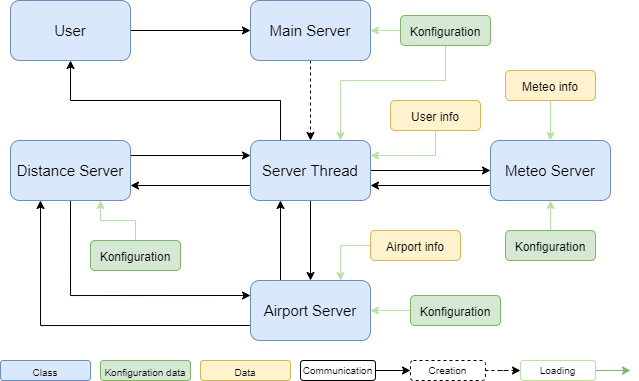
Before: AdaptableThreaded Server System.png, a diagram exported from draw.io (TheRealHuzy/Adaptable-threaded-server-system). Source tidied: cells renumbered, new cells last; positions are measured from the earlier drawing's top-left corner, leaving out a move shared by most shapes.
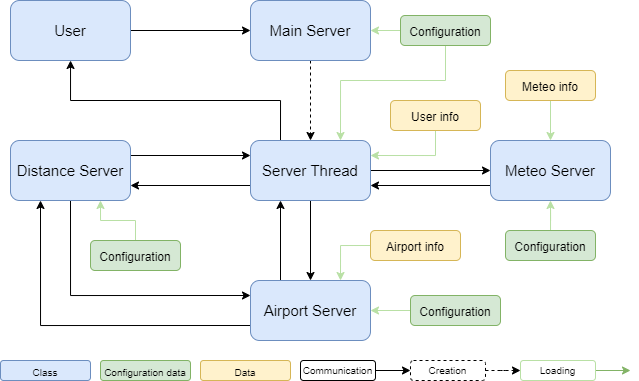
After the change.

What changed in the source:
```diff
@@ -64,25 +64,25 @@
         </Array>
       </mxGeometry>
     </mxCell>
-    <mxCell id="21" value="&lt;font style=&quot;font-size: 12px;&quot;&gt;Konfiguration&lt;br&gt;&lt;/font&gt;" style="rounded=1;whiteSpace=wrap;html=1;fontSize=15;fillColor=#d5e8d4;strokeColor=#82b366;" parent="1" vertex="1">
+    <mxCell id="21" value="&lt;font style=&quot;font-size: 12px;&quot;&gt;Configuration&lt;br&gt;&lt;/font&gt;" style="rounded=1;whiteSpace=wrap;html=1;fontSize=15;fillColor=#d5e8d4;strokeColor=#82b366;" parent="1" vertex="1">
       <mxGeometry x="400" y="15" width="90" height="30" as="geometry" />
     </mxCell>
     <mxCell id="22" style="edgeStyle=orthogonalEdgeStyle;rounded=0;jettySize=auto;html=1;entryX=1;entryY=0.5;entryDx=0;entryDy=0;fontSize=12;strokeColor=#B9E0A5;" parent="1" edge="1" source="23" target="18">
       <mxGeometry relative="1" as="geometry" />
     </mxCell>
-    <mxCell id="23" value="&lt;font style=&quot;font-size: 12px;&quot;&gt;Konfiguration&lt;br&gt;&lt;/font&gt;" style="rounded=1;whiteSpace=wrap;html=1;fontSize=15;fillColor=#d5e8d4;strokeColor=#82b366;" parent="1" vertex="1">
+    <mxCell id="23" value="&lt;font style=&quot;font-size: 12px;&quot;&gt;Configuration&lt;br&gt;&lt;/font&gt;" style="rounded=1;whiteSpace=wrap;html=1;fontSize=15;fillColor=#d5e8d4;strokeColor=#82b366;" parent="1" vertex="1">
       <mxGeometry x="410" y="295" width="90" height="30" as="geometry" />
     </mxCell>
     <mxCell id="24" style="edgeStyle=orthogonalEdgeStyle;rounded=0;jettySize=auto;html=1;entryX=0.5;entryY=1;entryDx=0;entryDy=0;fontSize=12;strokeColor=#B9E0A5;" parent="1" edge="1" source="25" target="15">
       <mxGeometry relative="1" as="geometry" />
     </mxCell>
-    <mxCell id="25" value="&lt;font style=&quot;font-size: 12px;&quot;&gt;Konfiguration&lt;br&gt;&lt;/font&gt;" style="rounded=1;whiteSpace=wrap;html=1;fontSize=15;fillColor=#d5e8d4;strokeColor=#82b366;" parent="1" vertex="1">
+    <mxCell id="25" value="&lt;font style=&quot;font-size: 12px;&quot;&gt;Configuration&lt;br&gt;&lt;/font&gt;" style="rounded=1;whiteSpace=wrap;html=1;fontSize=15;fillColor=#d5e8d4;strokeColor=#82b366;" parent="1" vertex="1">
       <mxGeometry x="505" y="230" width="90" height="30" as="geometry" />
     </mxCell>
     <mxCell id="26" style="edgeStyle=orthogonalEdgeStyle;rounded=0;jettySize=auto;html=1;entryX=0.75;entryY=1;entryDx=0;entryDy=0;fontSize=12;exitX=0.5;exitY=0;exitDx=0;exitDy=0;strokeColor=#B9E0A5;" parent="1" edge="1" source="27" target="8">
       <mxGeometry relative="1" as="geometry" />
     </mxCell>
-    <mxCell id="27" value="&lt;font style=&quot;font-size: 12px;&quot;&gt;Konfiguration&lt;br&gt;&lt;/font&gt;" style="rounded=1;whiteSpace=wrap;html=1;fontSize=15;fillColor=#d5e8d4;strokeColor=#82b366;" parent="1" vertex="1">
+    <mxCell id="27" value="&lt;font style=&quot;font-size: 12px;&quot;&gt;Configuration&lt;br&gt;&lt;/font&gt;" style="rounded=1;whiteSpace=wrap;html=1;fontSize=15;fillColor=#d5e8d4;strokeColor=#82b366;" parent="1" vertex="1">
       <mxGeometry x="90" y="240" width="90" height="30" as="geometry" />
     </mxCell>
     <mxCell id="28" style="edgeStyle=orthogonalEdgeStyle;rounded=0;jettySize=auto;html=1;entryX=1;entryY=0.25;entryDx=0;entryDy=0;fontSize=12;exitX=0.5;exitY=1;exitDx=0;exitDy=0;strokeColor=#B9E0A5;" parent="1" edge="1" source="29" target="13">
@@ -106,7 +106,7 @@
     <mxCell id="34" value="&lt;font style=&quot;font-size: 10px;&quot;&gt;Class&lt;/font&gt;" style="rounded=1;whiteSpace=wrap;html=1;fillColor=#dae8fc;strokeColor=#6c8ebf;fontSize=15;" parent="1" vertex="1">
       <mxGeometry y="360" width="90" height="20" as="geometry" />
     </mxCell>
-    <mxCell id="35" value="&lt;font style=&quot;font-size: 10px;&quot;&gt;Konfiguration data&lt;/font&gt;" style="rounded=1;whiteSpace=wrap;html=1;fillColor=#d5e8d4;strokeColor=#82b366;fontSize=15;" parent="1" vertex="1">
+    <mxCell id="35" value="&lt;font style=&quot;font-size: 10px;&quot;&gt;Configuration data&lt;/font&gt;" style="rounded=1;whiteSpace=wrap;html=1;fillColor=#d5e8d4;strokeColor=#82b366;fontSize=15;" parent="1" vertex="1">
       <mxGeometry x="100" y="360" width="90" height="20" as="geometry" />
     </mxCell>
     <mxCell id="36" value="&lt;font style=&quot;font-size: 10px;&quot;&gt;Data&lt;/font&gt;" style="rounded=1;whiteSpace=wrap;html=1;fillColor=#fff2cc;strokeColor=#d6b656;fontSize=15;" parent="1" vertex="1">
```
